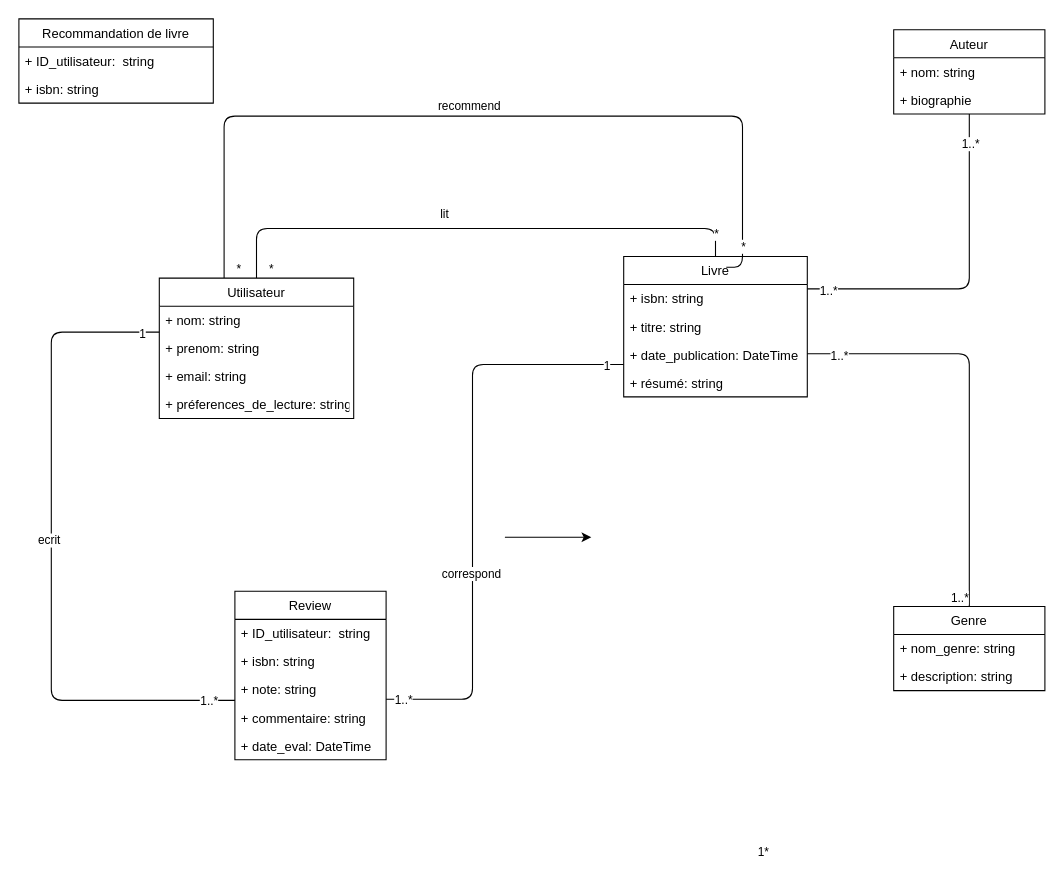
Above: Documentation/Testlivres.drawio in ferreiracvitoria/Symfony_projet_WAD23 (draw.io), before the change. Source tidied: cells renumbered, new cells numbered last; positions are measured from the earlier drawing's top-left corner, leaving out a move shared by most shapes. Both pictures are drawn from the tidied source at 108%, with x=0, y=0 at pixel (18, 18).
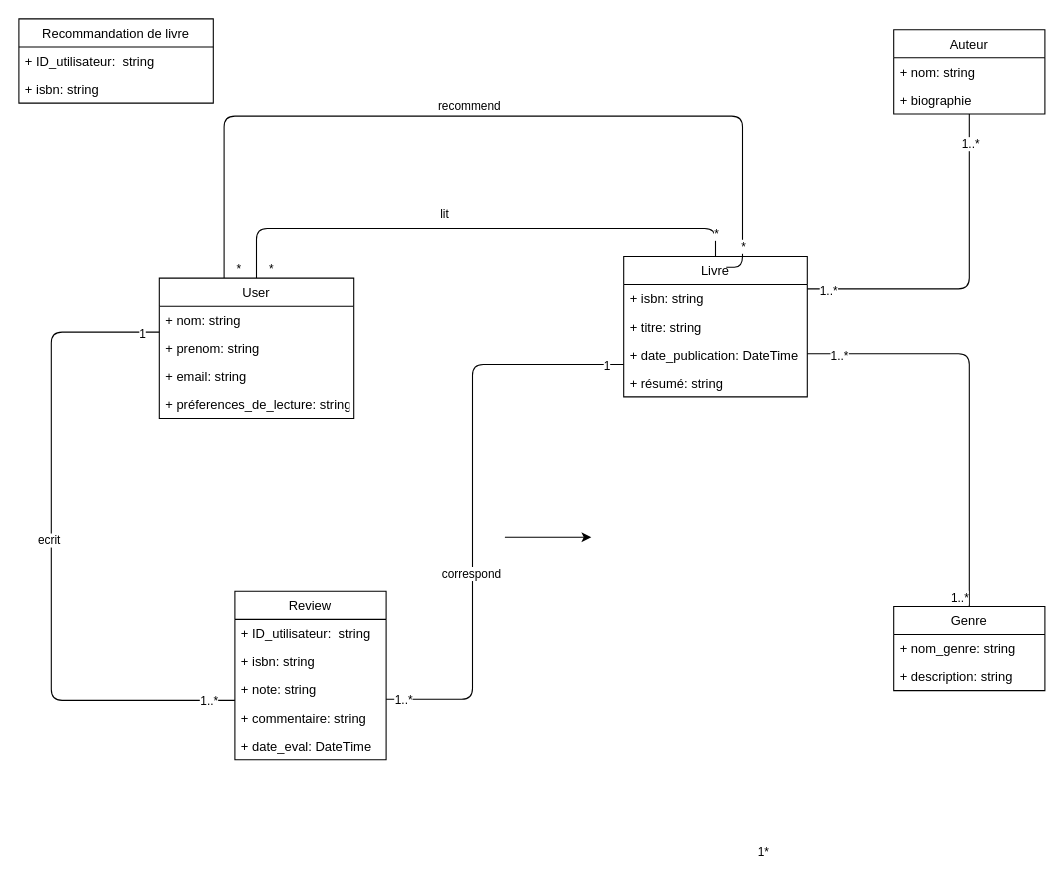
After the change.

Commit message:
Relation manytomany user-livre lecture

Diff of the diagram source:
```diff
@@
-    <mxCell id="10" value="Utilisateur" style="swimlane;fontStyle=0;horizontal=1;startSize=26;fillColor=none;" parent="1" vertex="1">
+    <mxCell id="10" value="User" style="swimlane;fontStyle=0;horizontal=1;startSize=26;fillColor=none;" parent="1" vertex="1">
       <mxGeometry x="130" y="240" width="180" height="130" as="geometry" />
     </mxCell>
```
